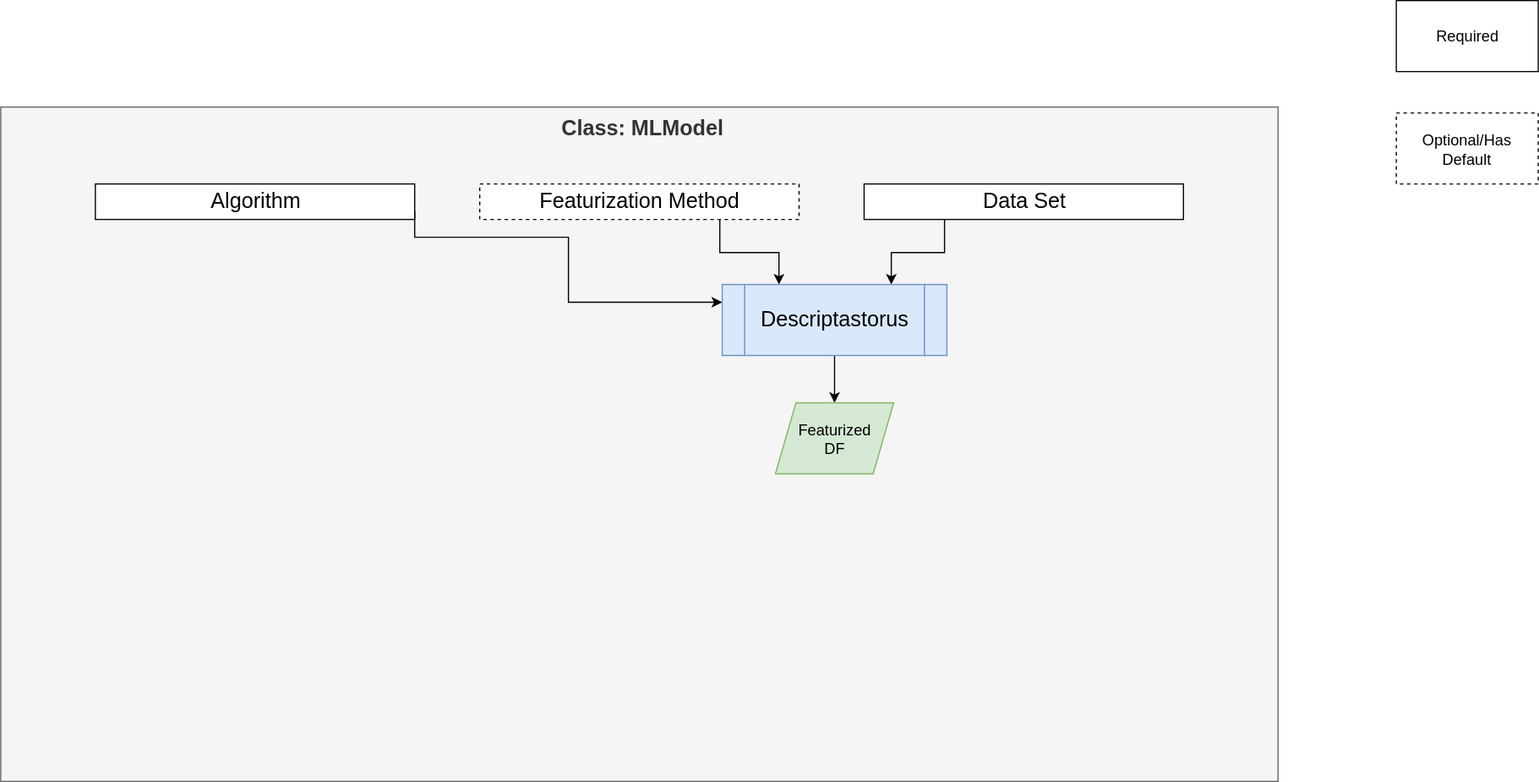
This is hte-models-overview.svg from Dlux804/McQuade-Chem-ML, a draw.io export, as it was before one commit. Source tidied: cells renumbered, new cells last; positions are measured from the earlier drawing's top-left corner, leaving out a move shared by most shapes.
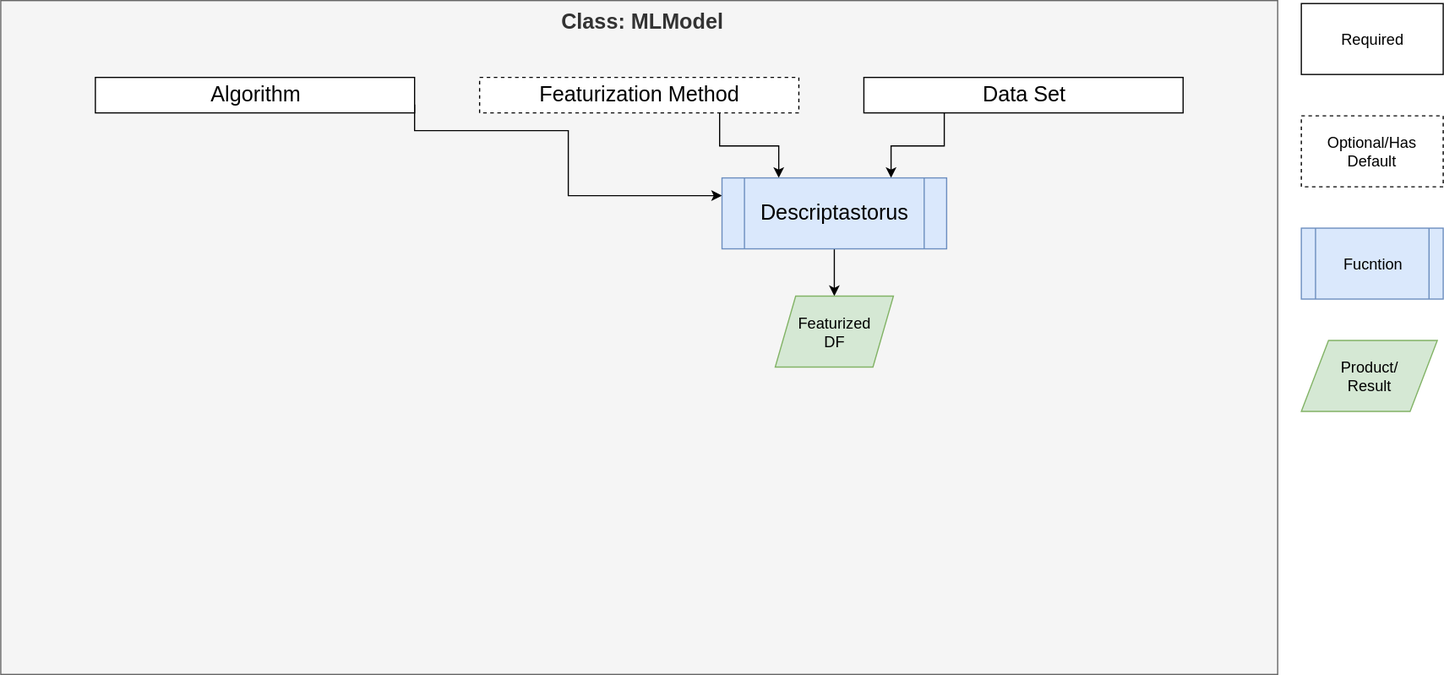
After the change.

Diff of the diagram source:
```diff
@@ -39,10 +39,16 @@
       <mxGeometry x="655" y="340" width="100" height="60" as="geometry" />
     </mxCell>
     <mxCell id="12" value="Optional/Has Default" style="rounded=0;whiteSpace=wrap;html=1;dashed=1;fontSize=13;" parent="1" vertex="1">
-      <mxGeometry x="1180" y="95" width="120" height="60" as="geometry" />
+      <mxGeometry x="1100" y="187.5" width="120" height="60" as="geometry" />
     </mxCell>
     <mxCell id="13" value="Required" style="rounded=0;whiteSpace=wrap;html=1;fontSize=13;" parent="1" vertex="1">
-      <mxGeometry x="1180" width="120" height="60" as="geometry" />
+      <mxGeometry x="1100" y="92.5" width="120" height="60" as="geometry" />
     </mxCell>
+    <mxCell id="14" value="Fucntion" style="shape=process;whiteSpace=wrap;html=1;backgroundOutline=1;strokeColor=#6c8ebf;strokeWidth=1;fontSize=13;fillColor=#dae8fc;" parent="1" vertex="1">
+      <mxGeometry x="1100" y="282.5" width="120" height="60" as="geometry" />
+    </mxCell>
+    <mxCell id="15" value="&lt;div&gt;Product/&lt;/div&gt;&lt;div&gt;Result&lt;/div&gt;" style="shape=parallelogram;perimeter=parallelogramPerimeter;whiteSpace=wrap;html=1;dashed=0;strokeColor=#82b366;strokeWidth=1;fontSize=13;fillColor=#d5e8d4;" parent="1" vertex="1">
+      <mxGeometry x="1100" y="377.5" width="115" height="60" as="geometry" />
+    </mxCell>
   </root>
 </mxGraphModel>
```
